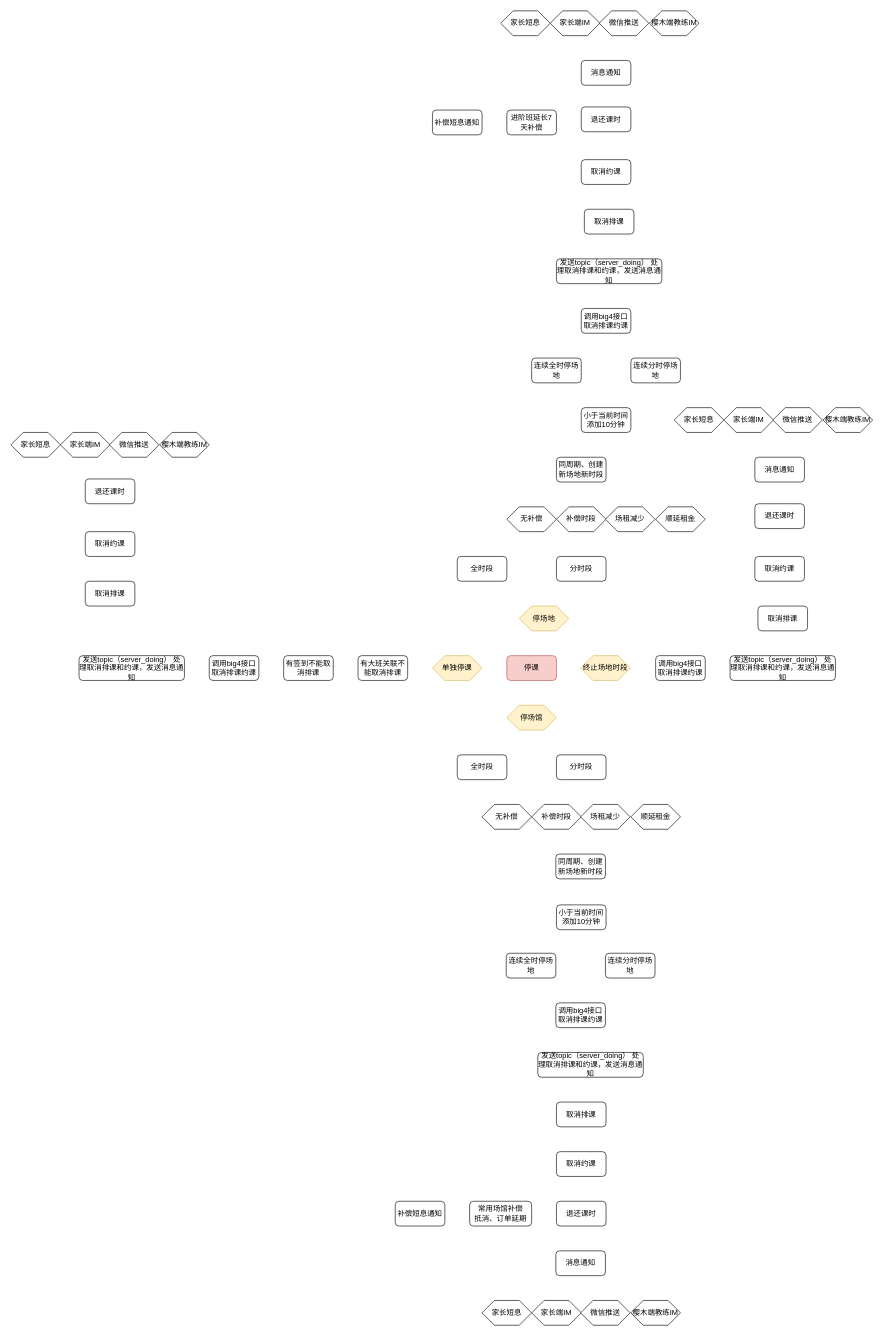
Earlier version of the draw.io diagram 停课.drawio (akun87/activity). Source tidied: cells renumbered, new cells numbered last; positions are measured from the earlier drawing's top-left corner, leaving out a move shared by most shapes. Both pictures are drawn from the tidied source at 62%, with x=0, y=0 at pixel (11, 11).
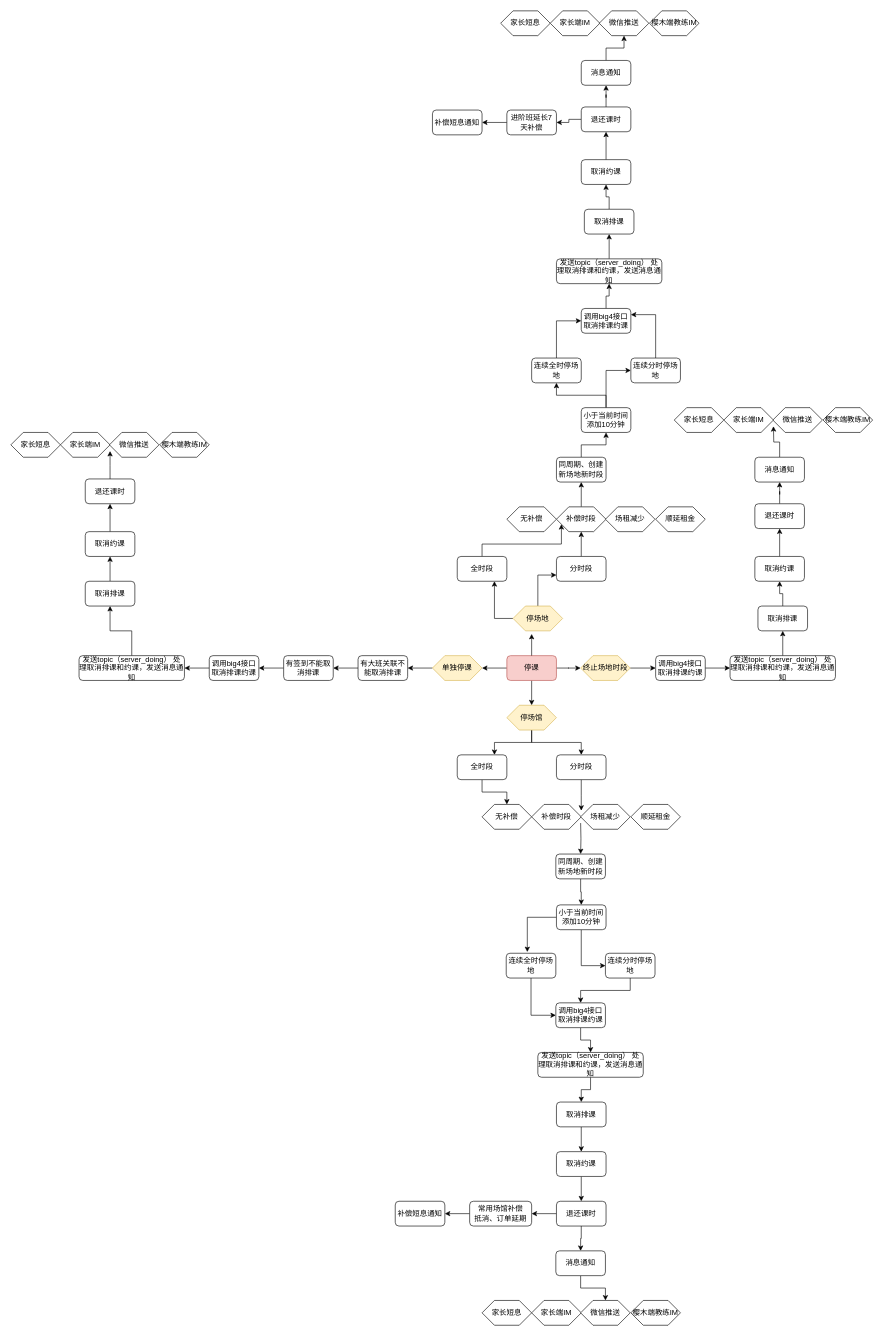
Above is the later version.

Unchanged cells that the change refers to:
```xml
<mxCell id="2" value="停课" style="rounded=1;whiteSpace=wrap;html=1;fillColor=#f8cecc;strokeColor=#b85450;" parent="1" vertex="1">
<mxCell id="3" value="停场馆" style="shape=hexagon;perimeter=hexagonPerimeter2;whiteSpace=wrap;html=1;fillColor=#fff2cc;strokeColor=#d6b656;" parent="1" vertex="1">
<mxCell id="4" value="终止场地时段" style="shape=hexagon;perimeter=hexagonPerimeter2;whiteSpace=wrap;html=1;fillColor=#fff2cc;strokeColor=#d6b656;" parent="1" vertex="1">
<mxCell id="5" value="单独停课" style="shape=hexagon;perimeter=hexagonPerimeter2;whiteSpace=wrap;html=1;fillColor=#fff2cc;strokeColor=#d6b656;" parent="1" vertex="1">
<mxCell id="6" value="有大班关联不能取消排课" style="rounded=1;whiteSpace=wrap;html=1;" parent="1" vertex="1">
<mxCell id="7" value="有签到不能取消排课" style="rounded=1;whiteSpace=wrap;html=1;" parent="1" vertex="1">
<mxCell id="8" value="调用big4接口取消排课约课" style="rounded=1;whiteSpace=wrap;html=1;" parent="1" vertex="1">
<mxCell id="9" value="发送topic（server_doing） 处理取消排课和约课，发送消息通知" style="rounded=1;whiteSpace=wrap;html=1;" parent="1" vertex="1">
<mxCell id="10" value="全时段" style="rounded=1;whiteSpace=wrap;html=1;" parent="1" vertex="1">
<mxCell id="11" value="分时段" style="rounded=1;whiteSpace=wrap;html=1;" parent="1" vertex="1">
<mxCell id="13" value="补偿时段" style="shape=hexagon;perimeter=hexagonPerimeter2;whiteSpace=wrap;html=1;" parent="1" vertex="1">
<mxCell id="16" value="&lt;div&gt;同周期、创建新场地新时段&lt;/div&gt;" style="rounded=1;whiteSpace=wrap;html=1;" parent="1" vertex="1">
<mxCell id="17" value="小于当前时间添加10分钟" style="rounded=1;whiteSpace=wrap;html=1;" parent="1" vertex="1">
<mxCell id="18" value="连续全时停场地" style="rounded=1;whiteSpace=wrap;html=1;" parent="1" vertex="1">
<mxCell id="19" value="连续分时停场地" style="rounded=1;whiteSpace=wrap;html=1;" parent="1" vertex="1">
<mxCell id="20" value="调用big4接口取消排课约课" style="rounded=1;whiteSpace=wrap;html=1;" parent="1" vertex="1">
<mxCell id="21" value="发送topic（server_doing） 处理取消排课和约课，发送消息通知" style="rounded=1;whiteSpace=wrap;html=1;" parent="1" vertex="1">
<mxCell id="22" value="进阶班延长7天补偿" style="rounded=1;whiteSpace=wrap;html=1;" parent="1" vertex="1">
<mxCell id="23" value="取消排课" style="rounded=1;whiteSpace=wrap;html=1;" parent="1" vertex="1">
<mxCell id="24" value="取消约课" style="rounded=1;whiteSpace=wrap;html=1;" parent="1" vertex="1">
<mxCell id="25" value="退还课时" style="rounded=1;whiteSpace=wrap;html=1;" parent="1" vertex="1">
<mxCell id="26" value="补偿短息通知" style="rounded=1;whiteSpace=wrap;html=1;" parent="1" vertex="1">
<mxCell id="27" value="消息通知" style="rounded=1;whiteSpace=wrap;html=1;" parent="1" vertex="1">
<mxCell id="30" value="微信推送" style="shape=hexagon;perimeter=hexagonPerimeter2;whiteSpace=wrap;html=1;" parent="1" vertex="1">
<mxCell id="32" value="取消排课" style="rounded=1;whiteSpace=wrap;html=1;" parent="1" vertex="1">
<mxCell id="33" value="取消约课" style="rounded=1;whiteSpace=wrap;html=1;" parent="1" vertex="1">
<mxCell id="34" value="退还课时" style="rounded=1;whiteSpace=wrap;html=1;" parent="1" vertex="1">
<mxCell id="39" value="全时段" style="rounded=1;whiteSpace=wrap;html=1;" parent="1" vertex="1">
<mxCell id="40" value="分时段" style="rounded=1;whiteSpace=wrap;html=1;" parent="1" vertex="1">
<mxCell id="41" value="无补偿" style="shape=hexagon;perimeter=hexagonPerimeter2;whiteSpace=wrap;html=1;" parent="1" vertex="1">
<mxCell id="45" value="&lt;div&gt;同周期、创建新场地新时段&lt;/div&gt;" style="rounded=1;whiteSpace=wrap;html=1;" parent="1" vertex="1">
<mxCell id="46" value="小于当前时间添加10分钟" style="rounded=1;whiteSpace=wrap;html=1;" parent="1" vertex="1">
<mxCell id="47" value="连续全时停场地" style="rounded=1;whiteSpace=wrap;html=1;" parent="1" vertex="1">
<mxCell id="48" value="连续分时停场地" style="rounded=1;whiteSpace=wrap;html=1;" parent="1" vertex="1">
<mxCell id="49" value="调用big4接口取消排课约课" style="rounded=1;whiteSpace=wrap;html=1;" parent="1" vertex="1">
<mxCell id="50" value="发送topic（server_doing） 处理取消排课和约课，发送消息通知" style="rounded=1;whiteSpace=wrap;html=1;" parent="1" vertex="1">
<mxCell id="51" value="取消排课" style="rounded=1;whiteSpace=wrap;html=1;" parent="1" vertex="1">
<mxCell id="52" value="取消约课" style="rounded=1;whiteSpace=wrap;html=1;" parent="1" vertex="1">
<mxCell id="53" value="退还课时" style="rounded=1;whiteSpace=wrap;html=1;" parent="1" vertex="1">
<mxCell id="54" value="消息通知" style="rounded=1;whiteSpace=wrap;html=1;" parent="1" vertex="1">
<mxCell id="57" value="微信推送" style="shape=hexagon;perimeter=hexagonPerimeter2;whiteSpace=wrap;html=1;" parent="1" vertex="1">
<mxCell id="59" value="&lt;div&gt;常用场馆补偿&lt;/div&gt;&lt;div&gt;抵消、订单延期&lt;br&gt;&lt;/div&gt;" style="rounded=1;whiteSpace=wrap;html=1;" parent="1" vertex="1">
<mxCell id="60" value="补偿短息通知" style="rounded=1;whiteSpace=wrap;html=1;" parent="1" vertex="1">
<mxCell id="61" value="调用big4接口取消排课约课" style="rounded=1;whiteSpace=wrap;html=1;" parent="1" vertex="1">
<mxCell id="62" value="发送topic（server_doing） 处理取消排课和约课，发送消息通知" style="rounded=1;whiteSpace=wrap;html=1;" parent="1" vertex="1">
<mxCell id="63" value="取消排课" style="rounded=1;whiteSpace=wrap;html=1;" parent="1" vertex="1">
<mxCell id="64" value="取消约课" style="rounded=1;whiteSpace=wrap;html=1;" parent="1" vertex="1">
<mxCell id="65" value="退还课时" style="rounded=1;whiteSpace=wrap;html=1;" parent="1" vertex="1">
<mxCell id="66" value="消息通知" style="rounded=1;whiteSpace=wrap;html=1;" parent="1" vertex="1">
```

The edit, as a diff of the source:
```diff
@@
+    <mxCell id="72" style="edgeStyle=orthogonalEdgeStyle;rounded=0;jettySize=auto;html=1;" parent="1" edge="1" source="2" target="5">
+      <mxGeometry relative="1" as="geometry" />
+    </mxCell>
+    <mxCell id="73" style="edgeStyle=orthogonalEdgeStyle;rounded=0;jettySize=auto;html=1;" parent="1" edge="1" source="2" target="4">
+      <mxGeometry relative="1" as="geometry" />
+    </mxCell>
+    <mxCell id="74" style="edgeStyle=orthogonalEdgeStyle;rounded=0;jettySize=auto;html=1;" parent="1" edge="1" source="2" target="3">
+      <mxGeometry relative="1" as="geometry" />
+    </mxCell>
@@
+    <mxCell id="75" style="edgeStyle=orthogonalEdgeStyle;rounded=0;jettySize=auto;html=1;entryX=0.75;entryY=0;entryDx=0;entryDy=0;" parent="1" edge="1" source="3" target="39">
+      <mxGeometry relative="1" as="geometry" />
+    </mxCell>
+    <mxCell id="76" style="edgeStyle=orthogonalEdgeStyle;rounded=0;jettySize=auto;html=1;" parent="1" edge="1" source="3" target="40">
+      <mxGeometry relative="1" as="geometry" />
+    </mxCell>
@@
+    <mxCell id="77" style="edgeStyle=orthogonalEdgeStyle;rounded=0;jettySize=auto;html=1;" parent="1" edge="1" source="4" target="61">
+      <mxGeometry relative="1" as="geometry" />
+    </mxCell>
@@
+    <mxCell id="78" style="edgeStyle=orthogonalEdgeStyle;rounded=0;jettySize=auto;html=1;" parent="1" edge="1" source="5" target="6">
+      <mxGeometry relative="1" as="geometry" />
+    </mxCell>
@@
+    <mxCell id="79" style="edgeStyle=orthogonalEdgeStyle;rounded=0;jettySize=auto;html=1;" parent="1" edge="1" source="6" target="7">
+      <mxGeometry relative="1" as="geometry" />
+    </mxCell>
@@
+    <mxCell id="80" style="edgeStyle=orthogonalEdgeStyle;rounded=0;jettySize=auto;html=1;" parent="1" edge="1" source="7" target="8">
+      <mxGeometry relative="1" as="geometry" />
+    </mxCell>
@@
+    <mxCell id="81" style="edgeStyle=orthogonalEdgeStyle;rounded=0;jettySize=auto;html=1;" parent="1" edge="1" source="8" target="9">
+      <mxGeometry relative="1" as="geometry" />
+    </mxCell>
@@
+    <mxCell id="82" style="edgeStyle=orthogonalEdgeStyle;rounded=0;jettySize=auto;html=1;" parent="1" edge="1" source="9" target="32">
+      <mxGeometry relative="1" as="geometry" />
+    </mxCell>
@@
+    <mxCell id="83" style="edgeStyle=orthogonalEdgeStyle;rounded=0;jettySize=auto;html=1;entryX=0;entryY=0.75;entryDx=0;entryDy=0;" parent="1" edge="1" source="10" target="13">
+      <mxGeometry relative="1" as="geometry">
+        <Array as="points">
+          <mxPoint x="760" y="860" />
+          <mxPoint x="888" y="860" />
+        </Array>
+      </mxGeometry>
+    </mxCell>
@@
+    <mxCell id="84" style="edgeStyle=orthogonalEdgeStyle;rounded=0;jettySize=auto;html=1;" parent="1" edge="1" source="11" target="13">
+      <mxGeometry relative="1" as="geometry" />
+    </mxCell>
@@
+    <mxCell id="85" style="edgeStyle=orthogonalEdgeStyle;rounded=0;jettySize=auto;html=1;" parent="1" edge="1" source="13" target="16">
+      <mxGeometry relative="1" as="geometry" />
+    </mxCell>
@@
+    <mxCell id="86" style="edgeStyle=orthogonalEdgeStyle;rounded=0;jettySize=auto;html=1;" parent="1" edge="1" source="16" target="17">
+      <mxGeometry relative="1" as="geometry" />
+    </mxCell>
@@
+    <mxCell id="87" style="edgeStyle=orthogonalEdgeStyle;rounded=0;jettySize=auto;html=1;entryX=0;entryY=0.5;entryDx=0;entryDy=0;" parent="1" edge="1" source="17" target="19">
+      <mxGeometry relative="1" as="geometry" />
+    </mxCell>
+    <mxCell id="88" style="edgeStyle=orthogonalEdgeStyle;rounded=0;jettySize=auto;html=1;" parent="1" edge="1" source="17" target="18">
+      <mxGeometry relative="1" as="geometry" />
+    </mxCell>
@@
+    <mxCell id="89" style="edgeStyle=orthogonalEdgeStyle;rounded=0;jettySize=auto;html=1;entryX=0;entryY=0.5;entryDx=0;entryDy=0;" parent="1" edge="1" source="18" target="20">
+      <mxGeometry relative="1" as="geometry" />
+    </mxCell>
@@
+    <mxCell id="90" style="edgeStyle=orthogonalEdgeStyle;rounded=0;jettySize=auto;html=1;entryX=1;entryY=0.25;entryDx=0;entryDy=0;" parent="1" edge="1" source="19" target="20">
+      <mxGeometry relative="1" as="geometry" />
+    </mxCell>
@@
+    <mxCell id="91" style="edgeStyle=orthogonalEdgeStyle;rounded=0;jettySize=auto;html=1;" parent="1" edge="1" source="20" target="21">
+      <mxGeometry relative="1" as="geometry" />
+    </mxCell>
@@
+    <mxCell id="92" style="edgeStyle=orthogonalEdgeStyle;rounded=0;jettySize=auto;html=1;" parent="1" edge="1" source="21" target="23">
+      <mxGeometry relative="1" as="geometry" />
+    </mxCell>
@@
+    <mxCell id="93" style="edgeStyle=orthogonalEdgeStyle;rounded=0;jettySize=auto;html=1;" parent="1" edge="1" source="22" target="26">
+      <mxGeometry relative="1" as="geometry" />
+    </mxCell>
@@
+    <mxCell id="94" style="edgeStyle=orthogonalEdgeStyle;rounded=0;jettySize=auto;html=1;" parent="1" edge="1" source="23" target="24">
+      <mxGeometry relative="1" as="geometry" />
+    </mxCell>
@@
+    <mxCell id="95" style="edgeStyle=orthogonalEdgeStyle;rounded=0;jettySize=auto;html=1;" parent="1" edge="1" source="24" target="25">
+      <mxGeometry relative="1" as="geometry" />
+    </mxCell>
@@
+    <mxCell id="96" style="edgeStyle=orthogonalEdgeStyle;rounded=0;jettySize=auto;html=1;entryX=0.5;entryY=1;entryDx=0;entryDy=0;entryPerimeter=0;" parent="1" edge="1" source="25" target="27">
+      <mxGeometry relative="1" as="geometry" />
+    </mxCell>
+    <mxCell id="97" style="edgeStyle=orthogonalEdgeStyle;rounded=0;jettySize=auto;html=1;" parent="1" edge="1" source="25" target="22">
+      <mxGeometry relative="1" as="geometry" />
+    </mxCell>
@@
+    <mxCell id="98" style="edgeStyle=orthogonalEdgeStyle;rounded=0;jettySize=auto;html=1;" parent="1" edge="1" source="27" target="30">
+      <mxGeometry relative="1" as="geometry" />
+    </mxCell>
@@
+    <mxCell id="99" style="edgeStyle=orthogonalEdgeStyle;rounded=0;jettySize=auto;html=1;" parent="1" edge="1" source="32" target="33">
+      <mxGeometry relative="1" as="geometry" />
+    </mxCell>
@@
+    <mxCell id="100" style="edgeStyle=orthogonalEdgeStyle;rounded=0;jettySize=auto;html=1;" parent="1" edge="1" source="33" target="34">
+      <mxGeometry relative="1" as="geometry" />
+    </mxCell>
@@
+    <mxCell id="101" style="edgeStyle=orthogonalEdgeStyle;rounded=0;jettySize=auto;html=1;" parent="1" edge="1" source="34">
+      <mxGeometry relative="1" as="geometry">
+        <mxPoint x="160" y="710" as="targetPoint" />
+      </mxGeometry>
+    </mxCell>
@@
+    <mxCell id="102" style="edgeStyle=orthogonalEdgeStyle;rounded=0;jettySize=auto;html=1;" parent="1" edge="1" source="39" target="41">
+      <mxGeometry relative="1" as="geometry" />
+    </mxCell>
@@
+    <mxCell id="103" style="edgeStyle=orthogonalEdgeStyle;rounded=0;jettySize=auto;html=1;" parent="1" edge="1" source="40">
+      <mxGeometry relative="1" as="geometry">
+        <mxPoint x="920" y="1290" as="targetPoint" />
+      </mxGeometry>
+    </mxCell>
@@
+    <mxCell id="104" style="edgeStyle=orthogonalEdgeStyle;rounded=0;jettySize=auto;html=1;" parent="1" edge="1" target="45">
+      <mxGeometry relative="1" as="geometry">
+        <mxPoint x="919" y="1310" as="sourcePoint" />
+      </mxGeometry>
+    </mxCell>
@@
+    <mxCell id="105" style="edgeStyle=orthogonalEdgeStyle;rounded=0;jettySize=auto;html=1;" parent="1" edge="1" source="45" target="46">
+      <mxGeometry relative="1" as="geometry" />
+    </mxCell>
@@
+    <mxCell id="106" style="edgeStyle=orthogonalEdgeStyle;rounded=0;jettySize=auto;html=1;entryX=0;entryY=0.5;entryDx=0;entryDy=0;" parent="1" edge="1" source="46" target="48">
+      <mxGeometry relative="1" as="geometry" />
+    </mxCell>
+    <mxCell id="107" style="edgeStyle=orthogonalEdgeStyle;rounded=0;jettySize=auto;html=1;entryX=0.425;entryY=-0.05;entryDx=0;entryDy=0;entryPerimeter=0;" parent="1" edge="1" source="46" target="47">
+      <mxGeometry relative="1" as="geometry" />
+    </mxCell>
@@
+    <mxCell id="108" style="edgeStyle=orthogonalEdgeStyle;rounded=0;jettySize=auto;html=1;entryX=0;entryY=0.5;entryDx=0;entryDy=0;" parent="1" edge="1" source="47" target="49">
+      <mxGeometry relative="1" as="geometry" />
+    </mxCell>
@@
+    <mxCell id="109" style="edgeStyle=orthogonalEdgeStyle;rounded=0;jettySize=auto;html=1;" parent="1" edge="1" source="48" target="49">
+      <mxGeometry relative="1" as="geometry" />
+    </mxCell>
@@
+    <mxCell id="110" style="edgeStyle=orthogonalEdgeStyle;rounded=0;jettySize=auto;html=1;" parent="1" edge="1" source="49" target="50">
+      <mxGeometry relative="1" as="geometry" />
+    </mxCell>
@@
+    <mxCell id="111" style="edgeStyle=orthogonalEdgeStyle;rounded=0;jettySize=auto;html=1;" parent="1" edge="1" source="50" target="51">
+      <mxGeometry relative="1" as="geometry" />
+    </mxCell>
@@
+    <mxCell id="112" style="edgeStyle=orthogonalEdgeStyle;rounded=0;jettySize=auto;html=1;" parent="1" edge="1" source="51" target="52">
+      <mxGeometry relative="1" as="geometry" />
+    </mxCell>
@@
+    <mxCell id="113" style="edgeStyle=orthogonalEdgeStyle;rounded=0;jettySize=auto;html=1;" parent="1" edge="1" source="52" target="53">
+      <mxGeometry relative="1" as="geometry" />
+    </mxCell>
@@
+    <mxCell id="114" style="edgeStyle=orthogonalEdgeStyle;rounded=0;jettySize=auto;html=1;" parent="1" edge="1" source="53" target="54">
+      <mxGeometry relative="1" as="geometry" />
+    </mxCell>
+    <mxCell id="115" style="edgeStyle=orthogonalEdgeStyle;rounded=0;jettySize=auto;html=1;" parent="1" edge="1" source="53" target="59">
+      <mxGeometry relative="1" as="geometry" />
+    </mxCell>
@@
+    <mxCell id="116" style="edgeStyle=orthogonalEdgeStyle;rounded=0;jettySize=auto;html=1;" parent="1" edge="1" source="54" target="57">
+      <mxGeometry relative="1" as="geometry" />
+    </mxCell>
@@
+    <mxCell id="117" style="edgeStyle=orthogonalEdgeStyle;rounded=0;jettySize=auto;html=1;" parent="1" edge="1" source="59" target="60">
+      <mxGeometry relative="1" as="geometry" />
+    </mxCell>
@@
+    <mxCell id="118" style="edgeStyle=orthogonalEdgeStyle;rounded=0;jettySize=auto;html=1;" parent="1" edge="1" source="61" target="62">
+      <mxGeometry relative="1" as="geometry" />
+    </mxCell>
@@
+    <mxCell id="119" style="edgeStyle=orthogonalEdgeStyle;rounded=0;jettySize=auto;html=1;" parent="1" edge="1" source="62" target="63">
+      <mxGeometry relative="1" as="geometry" />
+    </mxCell>
@@
+    <mxCell id="120" style="edgeStyle=orthogonalEdgeStyle;rounded=0;jettySize=auto;html=1;" parent="1" edge="1" source="63" target="64">
+      <mxGeometry relative="1" as="geometry" />
+    </mxCell>
@@
+    <mxCell id="121" style="edgeStyle=orthogonalEdgeStyle;rounded=0;jettySize=auto;html=1;" parent="1" edge="1" source="64" target="65">
+      <mxGeometry relative="1" as="geometry" />
+    </mxCell>
@@
+    <mxCell id="122" style="edgeStyle=orthogonalEdgeStyle;rounded=0;jettySize=auto;html=1;entryX=0.5;entryY=1;entryDx=0;entryDy=0;" parent="1" edge="1" source="65" target="66">
+      <mxGeometry relative="1" as="geometry" />
+    </mxCell>
@@
+    <mxCell id="123" style="edgeStyle=orthogonalEdgeStyle;rounded=0;jettySize=auto;html=1;" parent="1" edge="1" source="66">
+      <mxGeometry relative="1" as="geometry">
+        <mxPoint x="1230" y="670" as="targetPoint" />
+      </mxGeometry>
+    </mxCell>
@@
+    <mxCell id="124" style="edgeStyle=orthogonalEdgeStyle;rounded=0;jettySize=auto;html=1;entryX=0;entryY=0.75;entryDx=0;entryDy=0;" parent="1" edge="1" source="71" target="11">
+      <mxGeometry relative="1" as="geometry" />
+    </mxCell>
+    <mxCell id="125" style="edgeStyle=orthogonalEdgeStyle;rounded=0;jettySize=auto;html=1;entryX=0.75;entryY=1;entryDx=0;entryDy=0;" parent="1" edge="1" source="71" target="10">
+      <mxGeometry relative="1" as="geometry" />
+    </mxCell>
     <mxCell id="71" value="停场地" style="shape=hexagon;perimeter=hexagonPerimeter2;whiteSpace=wrap;html=1;fillColor=#fff2cc;strokeColor=#d6b656;" parent="1" vertex="1">
-      <mxGeometry x="820" y="960" width="80" height="40" as="geometry" />
+      <mxGeometry x="810" y="960" width="80" height="40" as="geometry" />
     </mxCell>
+    <mxCell id="126" style="endArrow=classic;html=1;exitX=0.5;exitY=0;exitDx=0;exitDy=0;" parent="1" edge="1" source="2">
+      <mxGeometry relative="1" as="geometry">
+        <mxPoint x="840" y="1005" as="targetPoint" />
+      </mxGeometry>
+    </mxCell>
```
